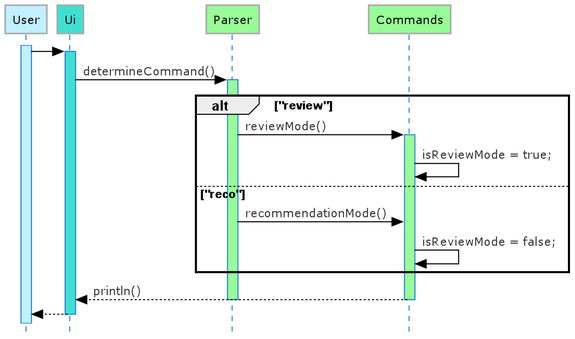
nus-cs2113-AY2021S2/tp keeps this PlantUML diagram as docs/diagrams/ModeSwitch.png. Above is the earlier version. Its source is kept beside it as docs/diagrams/ModeSwitch.puml.
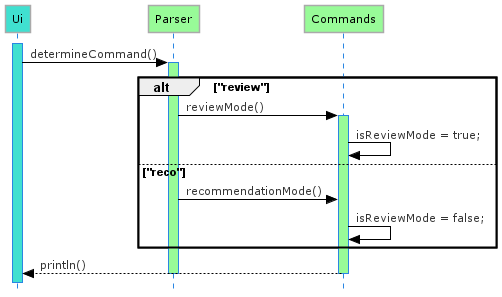
Later version of the same file.

Diff of the diagram source:
```diff
@@ -1,18 +1,15 @@
-@startuml Sort_Sequence_Diagram
+@startuml ModeSwitch
 !define LIGHTBLUE
 !includeurl https://raw.githubusercontent.com/Drakemor/RedDress-PlantUML/master/style.puml
 skinparam style strictuml
 
-participant User #APPLICATION
 participant Ui #Turquoise
 participant Parser #PaleGreen
 participant Commands #PaleGreen
 
-activate User #APPLICATION
-    User -> Ui
-    activate Ui #Turquoise
-    Ui -> Parser : determineCommand()
-    activate Parser #PaleGreen
+activate Ui #Turquoise
+Ui -> Parser : determineCommand()
+activate Parser #PaleGreen
 alt "review"
     Parser -> Commands : reviewMode()
     activate Commands #PaleGreen
@@ -22,9 +19,7 @@
       Parser -> Commands : recommendationMode()
       Commands -> Commands : isReviewMode = false;
 end
- Commands --> Ui: println()
- deactivate Commands
- deactivate Parser
- Ui --> User
- deactivate Ui
+Commands --> Ui: println()
+deactivate Commands
+deactivate Parser
 @enduml
```
